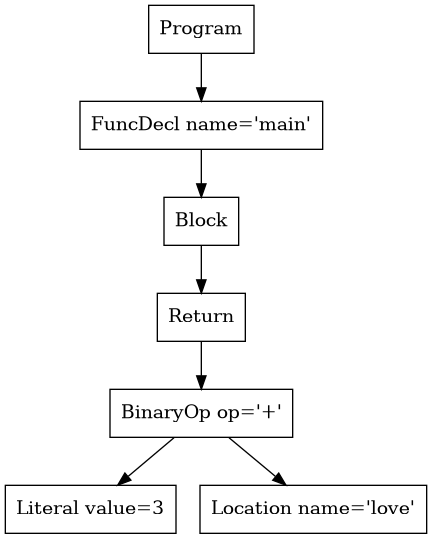
This is p2-parser/tree.png from purejerome/cs432_project, a Graphviz export, as it was before one commit. Its source is kept beside it as p2-parser/tree.dot.
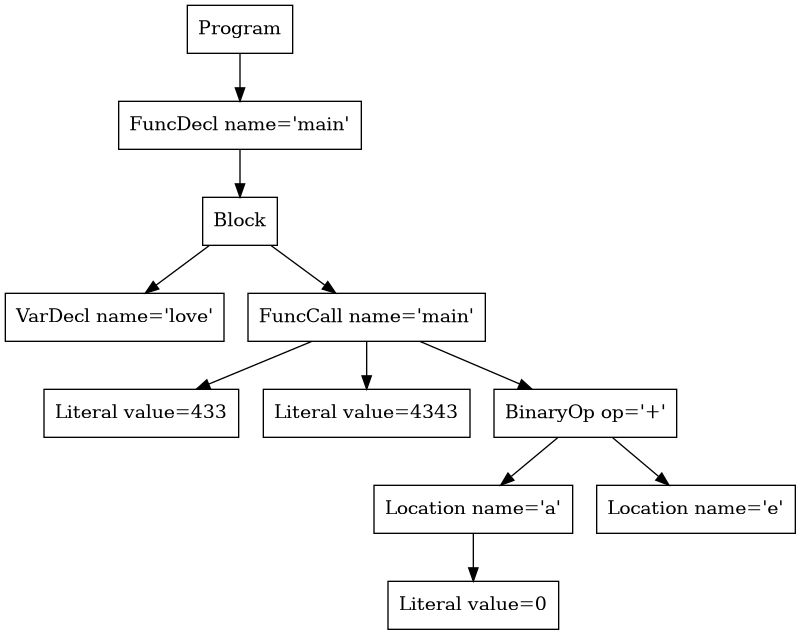
Later version of the same file.

Commit message:
fixed line count issue in location and function calls

The edit, as a diff of the source:
```diff
@@ -1,13 +1,21 @@
 digraph AST {
-5 [shape=box, label="Literal value=3"];
-6 [shape=box, label="Location name='love'"];
-4 [shape=box, label="BinaryOp op='+'"];
+3 [shape=box, label="VarDecl name='love'"];
+5 [shape=box, label="Literal value=433"];
+6 [shape=box, label="Literal value=4343"];
+9 [shape=box, label="Literal value=0"];
+8 [shape=box, label="Location name='a'"];
+8 -> 9;
+10 [shape=box, label="Location name='e'"];
+7 [shape=box, label="BinaryOp op='+'"];
+7 -> 8;
+7 -> 10;
+4 [shape=box, label="FuncCall name='main'"];
 4 -> 5;
 4 -> 6;
-3 [shape=box, label="Return"];
-3 -> 4;
+4 -> 7;
 2 [shape=box, label="Block"];
 2 -> 3;
+2 -> 4;
 1 [shape=box, label="FuncDecl name='main'"];
 1 -> 2;
 0 [shape=box, label="Program"];
```
